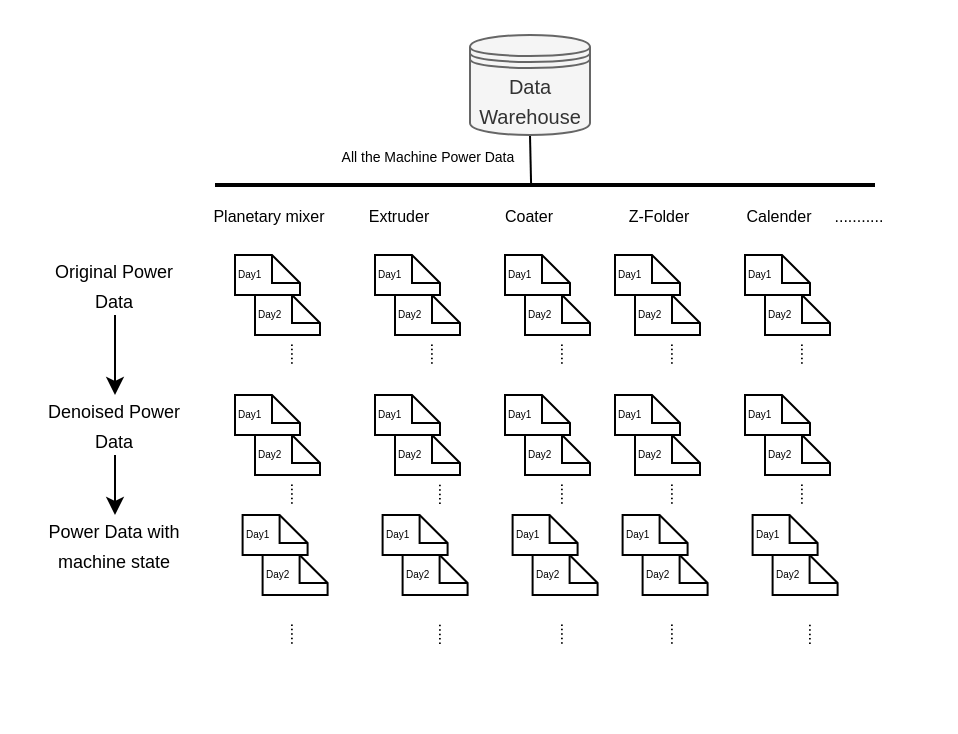
nimeng95/monika keeps this draw.io diagram as data_form.drawio. Above is the earlier version. Source tidied: cells renumbered, new cells numbered last; positions are measured from the earlier drawing's top-left corner, leaving out a move shared by most shapes. Both pictures are drawn from the tidied source at 200%, with x=0, y=0 at pixel (34, 34).
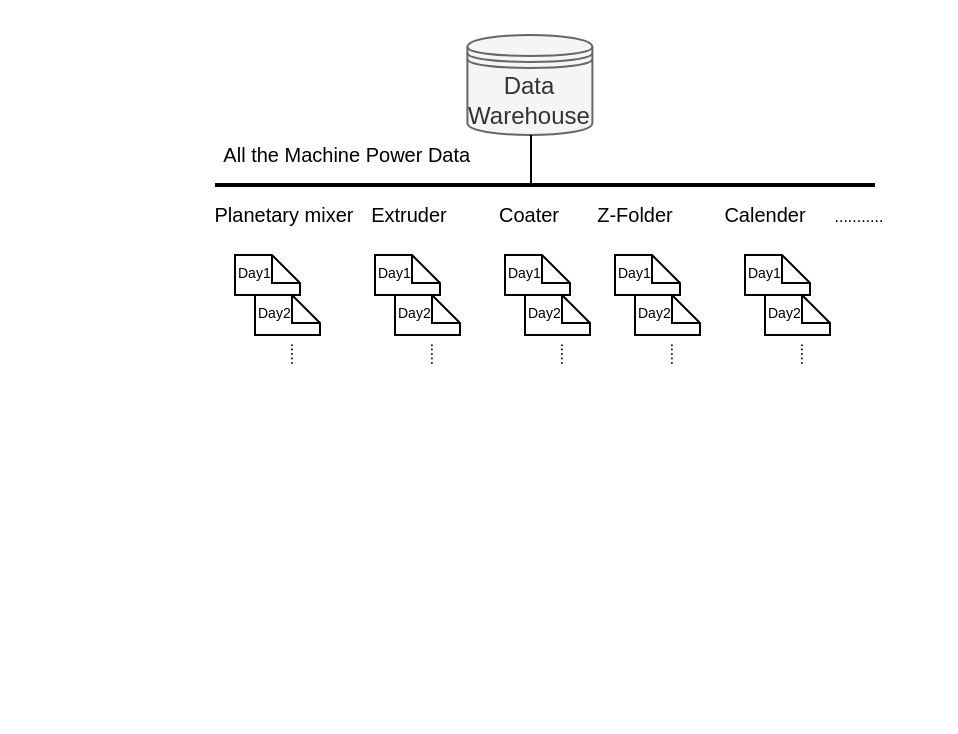
After the change.

The change refers to these unchanged cells:
```xml
<mxCell id="4" style="line;strokeWidth=2;html=1;" parent="1" vertex="1">
  <mxGeometry x="90" y="70" width="330" height="10" as="geometry" />
</mxCell>
```

Diff of the diagram source:
```diff
@@
-    <mxCell id="2" style="edgeStyle=orthogonalEdgeStyle;rounded=0;jettySize=auto;html=1;exitX=0.5;exitY=1;exitDx=0;exitDy=0;entryX=0.479;entryY=0.558;entryDx=0;entryDy=0;entryPerimeter=0;endArrow=none;endFill=0;" parent="1" edge="1" source="3" target="4">
-      <mxGeometry relative="1" as="geometry" />
-    </mxCell>
-    <mxCell id="3" value="&lt;font style=&quot;font-size: 10px&quot;&gt;Data Warehouse&lt;/font&gt;" style="shape=datastore;whiteSpace=wrap;html=1;fillColor=#f5f5f5;strokeColor=#666666;fontColor=#333333;" parent="1" vertex="1">
-      <mxGeometry x="217.5" width="60" height="50" as="geometry" />
+    <mxCell id="3" value="&lt;font style=&quot;font-size: 12px&quot;&gt;Data Warehouse&lt;/font&gt;" style="shape=datastore;whiteSpace=wrap;html=1;fillColor=#f5f5f5;strokeColor=#666666;fontColor=#333333;" parent="1" vertex="1">
+      <mxGeometry x="216.2" width="62.5" height="50" as="geometry" />
     </mxCell>
@@
-    <mxCell id="5" value="&lt;font style=&quot;font-size: 8px&quot;&gt;Planetary mixer&lt;/font&gt;" style="text;html=1;strokeColor=none;fillColor=none;align=center;verticalAlign=middle;whiteSpace=wrap;rounded=0;" parent="1" vertex="1">
-      <mxGeometry x="85" y="80" width="65" height="20" as="geometry" />
+    <mxCell id="5" value="&lt;font style=&quot;font-size: 10px&quot;&gt;Planetary mixer&lt;/font&gt;" style="text;html=1;strokeColor=none;fillColor=none;align=center;verticalAlign=middle;whiteSpace=wrap;rounded=0;" parent="1" vertex="1">
+      <mxGeometry x="85" y="80" width="80" height="20" as="geometry" />
     </mxCell>
-    <mxCell id="6" value="&lt;span style=&quot;font-size: 8px&quot;&gt;Extruder&lt;/span&gt;" style="text;html=1;strokeColor=none;fillColor=none;align=center;verticalAlign=middle;whiteSpace=wrap;rounded=0;" parent="1" vertex="1">
-      <mxGeometry x="150" y="80" width="65" height="20" as="geometry" />
+    <mxCell id="6" value="&lt;font style=&quot;font-size: 10px&quot;&gt;Extruder&lt;/font&gt;" style="text;html=1;strokeColor=none;fillColor=none;align=center;verticalAlign=middle;whiteSpace=wrap;rounded=0;" parent="1" vertex="1">
+      <mxGeometry x="155" y="80" width="65" height="20" as="geometry" />
     </mxCell>
+    <mxCell id="62" style="edgeStyle=orthogonalEdgeStyle;rounded=0;jettySize=auto;html=1;endArrow=none;endFill=0;exitX=0.474;exitY=0.5;exitDx=0;exitDy=0;exitPerimeter=0;" parent="1" edge="1" source="4" target="3">
+      <mxGeometry relative="1" as="geometry">
+        <Array as="points">
+          <mxPoint x="248" y="75" />
+        </Array>
+      </mxGeometry>
+    </mxCell>
-    <mxCell id="7" value="&lt;span style=&quot;font-size: 8px&quot;&gt;Coater&lt;/span&gt;" style="text;html=1;strokeColor=none;fillColor=none;align=center;verticalAlign=middle;whiteSpace=wrap;rounded=0;" parent="1" vertex="1">
+    <mxCell id="7" value="&lt;font style=&quot;font-size: 10px&quot;&gt;Coater&lt;/font&gt;" style="text;html=1;strokeColor=none;fillColor=none;align=center;verticalAlign=middle;whiteSpace=wrap;rounded=0;" parent="1" vertex="1">
       <mxGeometry x="215" y="80" width="65" height="20" as="geometry" />
     </mxCell>
-    <mxCell id="8" value="&lt;span style=&quot;font-size: 8px&quot;&gt;Z-Folder&lt;/span&gt;" style="text;html=1;strokeColor=none;fillColor=none;align=center;verticalAlign=middle;whiteSpace=wrap;rounded=0;" parent="1" vertex="1">
-      <mxGeometry x="280" y="80" width="65" height="20" as="geometry" />
+    <mxCell id="8" value="&lt;font style=&quot;font-size: 10px&quot;&gt;Z-Folder&lt;/font&gt;" style="text;html=1;strokeColor=none;fillColor=none;align=center;verticalAlign=middle;whiteSpace=wrap;rounded=0;" parent="1" vertex="1">
+      <mxGeometry x="267.5" y="80" width="65" height="20" as="geometry" />
     </mxCell>
-    <mxCell id="9" value="&lt;span style=&quot;font-size: 8px&quot;&gt;Calender&lt;/span&gt;" style="text;html=1;strokeColor=none;fillColor=none;align=center;verticalAlign=middle;whiteSpace=wrap;rounded=0;" parent="1" vertex="1">
-      <mxGeometry x="340" y="80" width="65" height="20" as="geometry" />
+    <mxCell id="9" value="&lt;font style=&quot;font-size: 10px&quot;&gt;Calender&lt;/font&gt;" style="text;html=1;strokeColor=none;fillColor=none;align=center;verticalAlign=middle;whiteSpace=wrap;rounded=0;" parent="1" vertex="1">
+      <mxGeometry x="332.5" y="80" width="65" height="20" as="geometry" />
     </mxCell>
-    <mxCell id="10" value="&lt;font style=&quot;font-size: 5px&quot;&gt;Day1&lt;/font&gt;" style="shape=note;whiteSpace=wrap;html=1;size=14;verticalAlign=top;align=left;spacingTop=-6;" parent="1" vertex="1">
+    <mxCell id="10" value="&lt;font style=&quot;font-size: 7px&quot;&gt;Day1&lt;/font&gt;" style="shape=note;whiteSpace=wrap;html=1;size=14;verticalAlign=top;align=left;spacingTop=-6;" parent="1" vertex="1">
       <mxGeometry x="100" y="110" width="32.5" height="20" as="geometry" />
     </mxCell>
@@
-    <mxCell id="12" value="&lt;font style=&quot;font-size: 5px&quot;&gt;Day2&lt;/font&gt;" style="shape=note;whiteSpace=wrap;html=1;size=14;verticalAlign=top;align=left;spacingTop=-6;" parent="1" vertex="1">
+    <mxCell id="12" value="&lt;font style=&quot;font-size: 7px&quot;&gt;Day2&lt;/font&gt;" style="shape=note;whiteSpace=wrap;html=1;size=14;verticalAlign=top;align=left;spacingTop=-6;" parent="1" vertex="1">
       <mxGeometry x="110" y="130" width="32.5" height="20" as="geometry" />
     </mxCell>
@@
-    <mxCell id="14" value="&lt;font style=&quot;font-size: 5px&quot;&gt;Day1&lt;/font&gt;" style="shape=note;whiteSpace=wrap;html=1;size=14;verticalAlign=top;align=left;spacingTop=-6;" parent="1" vertex="1">
+    <mxCell id="14" value="&lt;font style=&quot;font-size: 7px&quot;&gt;Day1&lt;/font&gt;" style="shape=note;whiteSpace=wrap;html=1;size=14;verticalAlign=top;align=left;spacingTop=-6;" parent="1" vertex="1">
       <mxGeometry x="170" y="110" width="32.5" height="20" as="geometry" />
     </mxCell>
-    <mxCell id="15" value="&lt;font style=&quot;font-size: 5px&quot;&gt;Day2&lt;/font&gt;" style="shape=note;whiteSpace=wrap;html=1;size=14;verticalAlign=top;align=left;spacingTop=-6;" parent="1" vertex="1">
+    <mxCell id="15" value="&lt;font style=&quot;font-size: 7px&quot;&gt;Day2&lt;/font&gt;" style="shape=note;whiteSpace=wrap;html=1;size=14;verticalAlign=top;align=left;spacingTop=-6;" parent="1" vertex="1">
       <mxGeometry x="180" y="130" width="32.5" height="20" as="geometry" />
     </mxCell>
-    <mxCell id="16" value="&lt;font style=&quot;font-size: 5px&quot;&gt;Day1&lt;/font&gt;" style="shape=note;whiteSpace=wrap;html=1;size=14;verticalAlign=top;align=left;spacingTop=-6;" parent="1" vertex="1">
+    <mxCell id="16" value="&lt;font style=&quot;font-size: 7px&quot;&gt;Day1&lt;/font&gt;" style="shape=note;whiteSpace=wrap;html=1;size=14;verticalAlign=top;align=left;spacingTop=-6;" parent="1" vertex="1">
       <mxGeometry x="235" y="110" width="32.5" height="20" as="geometry" />
     </mxCell>
-    <mxCell id="17" value="&lt;font style=&quot;font-size: 5px&quot;&gt;Day2&lt;/font&gt;" style="shape=note;whiteSpace=wrap;html=1;size=14;verticalAlign=top;align=left;spacingTop=-6;" parent="1" vertex="1">
+    <mxCell id="17" value="&lt;font style=&quot;font-size: 7px&quot;&gt;Day2&lt;/font&gt;" style="shape=note;whiteSpace=wrap;html=1;size=14;verticalAlign=top;align=left;spacingTop=-6;" parent="1" vertex="1">
       <mxGeometry x="245" y="130" width="32.5" height="20" as="geometry" />
     </mxCell>
-    <mxCell id="18" value="&lt;font style=&quot;font-size: 5px&quot;&gt;Day1&lt;/font&gt;" style="shape=note;whiteSpace=wrap;html=1;size=14;verticalAlign=top;align=left;spacingTop=-6;" parent="1" vertex="1">
+    <mxCell id="18" value="&lt;font style=&quot;font-size: 7px&quot;&gt;Day1&lt;/font&gt;" style="shape=note;whiteSpace=wrap;html=1;size=14;verticalAlign=top;align=left;spacingTop=-6;" parent="1" vertex="1">
       <mxGeometry x="290" y="110" width="32.5" height="20" as="geometry" />
     </mxCell>
-    <mxCell id="19" value="&lt;font style=&quot;font-size: 5px&quot;&gt;Day2&lt;/font&gt;" style="shape=note;whiteSpace=wrap;html=1;size=14;verticalAlign=top;align=left;spacingTop=-6;" parent="1" vertex="1">
+    <mxCell id="19" value="&lt;font style=&quot;font-size: 7px&quot;&gt;Day2&lt;/font&gt;" style="shape=note;whiteSpace=wrap;html=1;size=14;verticalAlign=top;align=left;spacingTop=-6;" parent="1" vertex="1">
       <mxGeometry x="300" y="130" width="32.5" height="20" as="geometry" />
     </mxCell>
-    <mxCell id="20" value="&lt;font style=&quot;font-size: 5px&quot;&gt;Day1&lt;/font&gt;" style="shape=note;whiteSpace=wrap;html=1;size=14;verticalAlign=top;align=left;spacingTop=-6;" parent="1" vertex="1">
+    <mxCell id="20" value="&lt;font style=&quot;font-size: 7px&quot;&gt;Day1&lt;/font&gt;" style="shape=note;whiteSpace=wrap;html=1;size=14;verticalAlign=top;align=left;spacingTop=-6;" parent="1" vertex="1">
       <mxGeometry x="355" y="110" width="32.5" height="20" as="geometry" />
     </mxCell>
-    <mxCell id="21" value="&lt;font style=&quot;font-size: 5px&quot;&gt;Day2&lt;/font&gt;" style="shape=note;whiteSpace=wrap;html=1;size=14;verticalAlign=top;align=left;spacingTop=-6;" parent="1" vertex="1">
+    <mxCell id="21" value="&lt;font style=&quot;font-size: 7px&quot;&gt;Day2&lt;/font&gt;" style="shape=note;whiteSpace=wrap;html=1;size=14;verticalAlign=top;align=left;spacingTop=-6;" parent="1" vertex="1">
       <mxGeometry x="365" y="130" width="32.5" height="20" as="geometry" />
     </mxCell>
-    <mxCell id="22" value="&lt;font style=&quot;font-size: 7px&quot;&gt;&amp;nbsp;All the Machine Power Data&lt;/font&gt;" style="text;html=1;strokeColor=none;fillColor=none;align=center;verticalAlign=middle;whiteSpace=wrap;rounded=0;" parent="1" vertex="1">
-      <mxGeometry x="136.2" y="50" width="120" height="20" as="geometry" />
+    <mxCell id="22" value="&lt;font style=&quot;font-size: 10px&quot;&gt;&amp;nbsp;All the Machine Power Data&lt;/font&gt;" style="text;html=1;strokeColor=none;fillColor=none;align=center;verticalAlign=middle;whiteSpace=wrap;rounded=0;" parent="1" vertex="1">
+      <mxGeometry x="90" y="50" width="130" height="20" as="geometry" />
     </mxCell>
@@
-    <mxCell id="27" style="edgeStyle=orthogonalEdgeStyle;rounded=0;jettySize=auto;html=1;exitX=0.5;exitY=1;exitDx=0;exitDy=0;" parent="1" edge="1" source="28" target="40">
-      <mxGeometry relative="1" as="geometry" />
-    </mxCell>
-    <mxCell id="28" value="&lt;font style=&quot;font-size: 9px&quot;&gt;Original Power Data&lt;/font&gt;" style="text;html=1;strokeColor=none;fillColor=none;align=center;verticalAlign=middle;whiteSpace=wrap;rounded=0;" parent="1" vertex="1">
-      <mxGeometry y="110" width="80" height="30" as="geometry" />
-    </mxCell>
-    <mxCell id="29" value="&lt;font style=&quot;font-size: 5px&quot;&gt;Day1&lt;/font&gt;" style="shape=note;whiteSpace=wrap;html=1;size=14;verticalAlign=top;align=left;spacingTop=-6;" parent="1" vertex="1">
-      <mxGeometry x="100" y="180" width="32.5" height="20" as="geometry" />
-    </mxCell>
-    <mxCell id="30" value="&lt;font style=&quot;font-size: 5px&quot;&gt;Day2&lt;/font&gt;" style="shape=note;whiteSpace=wrap;html=1;size=14;verticalAlign=top;align=left;spacingTop=-6;" parent="1" vertex="1">
-      <mxGeometry x="110" y="200" width="32.5" height="20" as="geometry" />
-    </mxCell>
-    <mxCell id="31" value="&lt;font style=&quot;font-size: 5px&quot;&gt;Day1&lt;/font&gt;" style="shape=note;whiteSpace=wrap;html=1;size=14;verticalAlign=top;align=left;spacingTop=-6;" parent="1" vertex="1">
-      <mxGeometry x="170" y="180" width="32.5" height="20" as="geometry" />
-    </mxCell>
-    <mxCell id="32" value="&lt;font style=&quot;font-size: 5px&quot;&gt;Day2&lt;/font&gt;" style="shape=note;whiteSpace=wrap;html=1;size=14;verticalAlign=top;align=left;spacingTop=-6;" parent="1" vertex="1">
-      <mxGeometry x="180" y="200" width="32.5" height="20" as="geometry" />
-    </mxCell>
-    <mxCell id="33" value="&lt;font style=&quot;font-size: 5px&quot;&gt;Day1&lt;/font&gt;" style="shape=note;whiteSpace=wrap;html=1;size=14;verticalAlign=top;align=left;spacingTop=-6;" parent="1" vertex="1">
-      <mxGeometry x="235" y="180" width="32.5" height="20" as="geometry" />
-    </mxCell>
-    <mxCell id="34" value="&lt;font style=&quot;font-size: 5px&quot;&gt;Day2&lt;/font&gt;" style="shape=note;whiteSpace=wrap;html=1;size=14;verticalAlign=top;align=left;spacingTop=-6;" parent="1" vertex="1">
-      <mxGeometry x="245" y="200" width="32.5" height="20" as="geometry" />
-    </mxCell>
-    <mxCell id="35" value="&lt;font style=&quot;font-size: 5px&quot;&gt;Day1&lt;/font&gt;" style="shape=note;whiteSpace=wrap;html=1;size=14;verticalAlign=top;align=left;spacingTop=-6;" parent="1" vertex="1">
-      <mxGeometry x="290" y="180" width="32.5" height="20" as="geometry" />
-    </mxCell>
-    <mxCell id="36" value="&lt;font style=&quot;font-size: 5px&quot;&gt;Day2&lt;/font&gt;" style="shape=note;whiteSpace=wrap;html=1;size=14;verticalAlign=top;align=left;spacingTop=-6;" parent="1" vertex="1">
-      <mxGeometry x="300" y="200" width="32.5" height="20" as="geometry" />
-    </mxCell>
-    <mxCell id="37" value="&lt;font style=&quot;font-size: 5px&quot;&gt;Day1&lt;/font&gt;" style="shape=note;whiteSpace=wrap;html=1;size=14;verticalAlign=top;align=left;spacingTop=-6;" parent="1" vertex="1">
-      <mxGeometry x="355" y="180" width="32.5" height="20" as="geometry" />
-    </mxCell>
-    <mxCell id="38" value="&lt;font style=&quot;font-size: 5px&quot;&gt;Day2&lt;/font&gt;" style="shape=note;whiteSpace=wrap;html=1;size=14;verticalAlign=top;align=left;spacingTop=-6;" parent="1" vertex="1">
-      <mxGeometry x="365" y="200" width="32.5" height="20" as="geometry" />
-    </mxCell>
-    <mxCell id="39" style="edgeStyle=orthogonalEdgeStyle;rounded=0;jettySize=auto;html=1;exitX=0.5;exitY=1;exitDx=0;exitDy=0;" parent="1" edge="1" source="40" target="51">
-      <mxGeometry relative="1" as="geometry" />
-    </mxCell>
-    <mxCell id="40" value="&lt;font style=&quot;font-size: 9px&quot;&gt;Denoised Power Data&lt;/font&gt;" style="text;html=1;strokeColor=none;fillColor=none;align=center;verticalAlign=middle;whiteSpace=wrap;rounded=0;" parent="1" vertex="1">
-      <mxGeometry y="180" width="80" height="30" as="geometry" />
-    </mxCell>
-    <mxCell id="41" value="&lt;font style=&quot;font-size: 5px&quot;&gt;Day1&lt;/font&gt;" style="shape=note;whiteSpace=wrap;html=1;size=14;verticalAlign=top;align=left;spacingTop=-6;" parent="1" vertex="1">
-      <mxGeometry x="103.8" y="240" width="32.5" height="20" as="geometry" />
-    </mxCell>
-    <mxCell id="42" value="&lt;font style=&quot;font-size: 5px&quot;&gt;Day2&lt;/font&gt;" style="shape=note;whiteSpace=wrap;html=1;size=14;verticalAlign=top;align=left;spacingTop=-6;" parent="1" vertex="1">
-      <mxGeometry x="113.8" y="260" width="32.5" height="20" as="geometry" />
-    </mxCell>
-    <mxCell id="43" value="&lt;font style=&quot;font-size: 5px&quot;&gt;Day1&lt;/font&gt;" style="shape=note;whiteSpace=wrap;html=1;size=14;verticalAlign=top;align=left;spacingTop=-6;" parent="1" vertex="1">
-      <mxGeometry x="173.8" y="240" width="32.5" height="20" as="geometry" />
-    </mxCell>
-    <mxCell id="44" value="&lt;font style=&quot;font-size: 5px&quot;&gt;Day2&lt;/font&gt;" style="shape=note;whiteSpace=wrap;html=1;size=14;verticalAlign=top;align=left;spacingTop=-6;" parent="1" vertex="1">
-      <mxGeometry x="183.8" y="260" width="32.5" height="20" as="geometry" />
-    </mxCell>
-    <mxCell id="45" value="&lt;font style=&quot;font-size: 5px&quot;&gt;Day1&lt;/font&gt;" style="shape=note;whiteSpace=wrap;html=1;size=14;verticalAlign=top;align=left;spacingTop=-6;" parent="1" vertex="1">
-      <mxGeometry x="238.8" y="240" width="32.5" height="20" as="geometry" />
-    </mxCell>
-    <mxCell id="46" value="&lt;font style=&quot;font-size: 5px&quot;&gt;Day2&lt;/font&gt;" style="shape=note;whiteSpace=wrap;html=1;size=14;verticalAlign=top;align=left;spacingTop=-6;" parent="1" vertex="1">
-      <mxGeometry x="248.8" y="260" width="32.5" height="20" as="geometry" />
-    </mxCell>
-    <mxCell id="47" value="&lt;font style=&quot;font-size: 5px&quot;&gt;Day1&lt;/font&gt;" style="shape=note;whiteSpace=wrap;html=1;size=14;verticalAlign=top;align=left;spacingTop=-6;" parent="1" vertex="1">
-      <mxGeometry x="293.8" y="240" width="32.5" height="20" as="geometry" />
-    </mxCell>
-    <mxCell id="48" value="&lt;font style=&quot;font-size: 5px&quot;&gt;Day2&lt;/font&gt;" style="shape=note;whiteSpace=wrap;html=1;size=14;verticalAlign=top;align=left;spacingTop=-6;" parent="1" vertex="1">
-      <mxGeometry x="303.8" y="260" width="32.5" height="20" as="geometry" />
-    </mxCell>
-    <mxCell id="49" value="&lt;font style=&quot;font-size: 5px&quot;&gt;Day1&lt;/font&gt;" style="shape=note;whiteSpace=wrap;html=1;size=14;verticalAlign=top;align=left;spacingTop=-6;" parent="1" vertex="1">
-      <mxGeometry x="358.8" y="240" width="32.5" height="20" as="geometry" />
-    </mxCell>
-    <mxCell id="50" value="&lt;font style=&quot;font-size: 5px&quot;&gt;Day2&lt;/font&gt;" style="shape=note;whiteSpace=wrap;html=1;size=14;verticalAlign=top;align=left;spacingTop=-6;" parent="1" vertex="1">
-      <mxGeometry x="368.8" y="260" width="32.5" height="20" as="geometry" />
-    </mxCell>
-    <mxCell id="51" value="&lt;font style=&quot;font-size: 9px&quot;&gt;Power Data with machine state&lt;/font&gt;" style="text;html=1;strokeColor=none;fillColor=none;align=center;verticalAlign=middle;whiteSpace=wrap;rounded=0;" parent="1" vertex="1">
-      <mxGeometry y="240" width="80" height="30" as="geometry" />
-    </mxCell>
-    <mxCell id="52" value="&lt;span style=&quot;font-size: 8px&quot;&gt;.....&lt;/span&gt;" style="text;html=1;strokeColor=none;fillColor=none;align=center;verticalAlign=middle;whiteSpace=wrap;rounded=0;rotation=90;" parent="1" vertex="1">
-      <mxGeometry x="100" y="220" width="65" height="20" as="geometry" />
-    </mxCell>
-    <mxCell id="53" value="&lt;span style=&quot;font-size: 8px&quot;&gt;.....&lt;/span&gt;" style="text;html=1;strokeColor=none;fillColor=none;align=center;verticalAlign=middle;whiteSpace=wrap;rounded=0;rotation=90;" parent="1" vertex="1">
-      <mxGeometry x="100" y="290" width="65" height="20" as="geometry" />
-    </mxCell>
-    <mxCell id="54" value="&lt;span style=&quot;font-size: 8px&quot;&gt;.....&lt;/span&gt;" style="text;html=1;strokeColor=none;fillColor=none;align=center;verticalAlign=middle;whiteSpace=wrap;rounded=0;rotation=90;" parent="1" vertex="1">
-      <mxGeometry x="173.8" y="220" width="65" height="20" as="geometry" />
-    </mxCell>
-    <mxCell id="55" value="&lt;span style=&quot;font-size: 8px&quot;&gt;.....&lt;/span&gt;" style="text;html=1;strokeColor=none;fillColor=none;align=center;verticalAlign=middle;whiteSpace=wrap;rounded=0;rotation=90;" parent="1" vertex="1">
-      <mxGeometry x="235" y="220" width="65" height="20" as="geometry" />
-    </mxCell>
-    <mxCell id="56" value="&lt;span style=&quot;font-size: 8px&quot;&gt;.....&lt;/span&gt;" style="text;html=1;strokeColor=none;fillColor=none;align=center;verticalAlign=middle;whiteSpace=wrap;rounded=0;rotation=90;" parent="1" vertex="1">
-      <mxGeometry x="290" y="220" width="65" height="20" as="geometry" />
-    </mxCell>
-    <mxCell id="57" value="&lt;span style=&quot;font-size: 8px&quot;&gt;.....&lt;/span&gt;" style="text;html=1;strokeColor=none;fillColor=none;align=center;verticalAlign=middle;whiteSpace=wrap;rounded=0;rotation=90;" parent="1" vertex="1">
-      <mxGeometry x="355" y="220" width="65" height="20" as="geometry" />
-    </mxCell>
-    <mxCell id="58" value="&lt;span style=&quot;font-size: 8px&quot;&gt;.....&lt;/span&gt;" style="text;html=1;strokeColor=none;fillColor=none;align=center;verticalAlign=middle;whiteSpace=wrap;rounded=0;rotation=90;" parent="1" vertex="1">
-      <mxGeometry x="173.8" y="290" width="65" height="20" as="geometry" />
-    </mxCell>
-    <mxCell id="59" value="&lt;span style=&quot;font-size: 8px&quot;&gt;.....&lt;/span&gt;" style="text;html=1;strokeColor=none;fillColor=none;align=center;verticalAlign=middle;whiteSpace=wrap;rounded=0;rotation=90;" parent="1" vertex="1">
-      <mxGeometry x="235" y="290" width="65" height="20" as="geometry" />
-    </mxCell>
-    <mxCell id="60" value="&lt;span style=&quot;font-size: 8px&quot;&gt;.....&lt;/span&gt;" style="text;html=1;strokeColor=none;fillColor=none;align=center;verticalAlign=middle;whiteSpace=wrap;rounded=0;rotation=90;" parent="1" vertex="1">
-      <mxGeometry x="290" y="290" width="65" height="20" as="geometry" />
-    </mxCell>
-    <mxCell id="61" value="&lt;span style=&quot;font-size: 8px&quot;&gt;.....&lt;/span&gt;" style="text;html=1;strokeColor=none;fillColor=none;align=center;verticalAlign=middle;whiteSpace=wrap;rounded=0;rotation=90;" parent="1" vertex="1">
-      <mxGeometry x="358.8" y="290" width="65" height="20" as="geometry" />
-    </mxCell>
```
